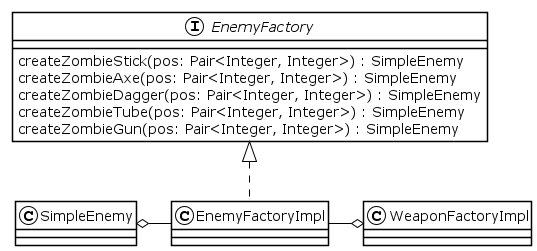
This is img/uml/Enemy.png from CrazyPingu/OOP21-MAP, a PlantUML export, as it was before one commit. Its diagram source:
```plantuml
@startuml Enemy
!theme plain
interface EnemyFactory {
    createZombieStick(pos: Pair<Integer, Integer>) : SimpleEnemy
    createZombieAxe(pos: Pair<Integer, Integer>) : SimpleEnemy
    createZombieDagger(pos: Pair<Integer, Integer>) : SimpleEnemy
    createZombieTube(pos: Pair<Integer, Integer>) : SimpleEnemy
    createZombieGun(pos: Pair<Integer, Integer>) : SimpleEnemy
}
class EnemyFactoryImpl implements EnemyFactory

EnemyFactoryImpl -o WeaponFactoryImpl
EnemyFactoryImpl -L-o SimpleEnemy

@enduml
```
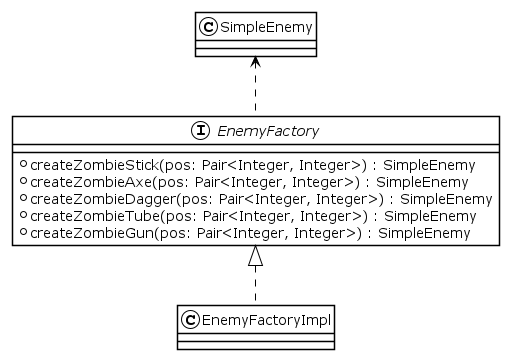
The same file after the commit.

Diff of the diagram source:
```diff
@@ -1,15 +1,12 @@
 @startuml Enemy
 !theme plain
 interface EnemyFactory {
-    createZombieStick(pos: Pair<Integer, Integer>) : SimpleEnemy
-    createZombieAxe(pos: Pair<Integer, Integer>) : SimpleEnemy
-    createZombieDagger(pos: Pair<Integer, Integer>) : SimpleEnemy
-    createZombieTube(pos: Pair<Integer, Integer>) : SimpleEnemy
-    createZombieGun(pos: Pair<Integer, Integer>) : SimpleEnemy
+    + createZombieStick(pos: Pair<Integer, Integer>) : SimpleEnemy
+    + createZombieAxe(pos: Pair<Integer, Integer>) : SimpleEnemy
+    + createZombieDagger(pos: Pair<Integer, Integer>) : SimpleEnemy
+    + createZombieTube(pos: Pair<Integer, Integer>) : SimpleEnemy
+    + createZombieGun(pos: Pair<Integer, Integer>) : SimpleEnemy
 }
 class EnemyFactoryImpl implements EnemyFactory
-
-EnemyFactoryImpl -o WeaponFactoryImpl
-EnemyFactoryImpl -L-o SimpleEnemy
-
+EnemyFactory .up.> SimpleEnemy
 @enduml
```
